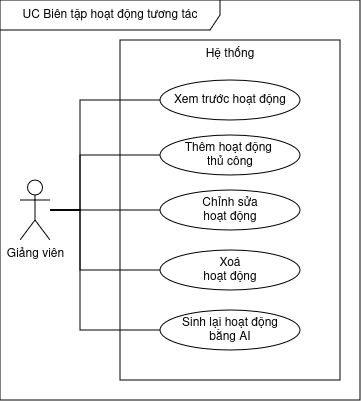
Earlier version of the draw.io export tex/main/Hinhve/usecasephanra/usecasephanra_bientaphoatdongtuongtac.png (tuyennguyentech/bachelor-thesis). Source tidied: cells renumbered, new cells last; positions are measured from the earlier drawing's top-left corner, leaving out a move shared by most shapes.
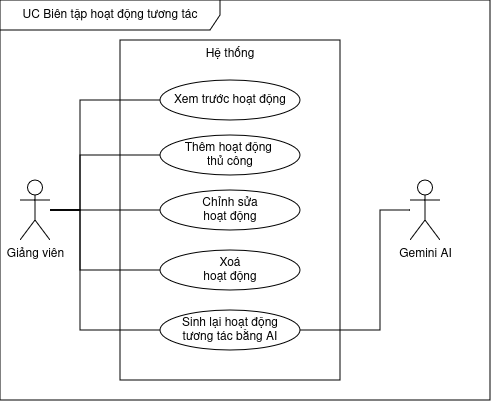
Above is the later version.

The edit, as a diff of the source:
```diff
@@ -3,7 +3,7 @@
     <mxCell id="0" />
     <mxCell id="1" parent="0" />
     <mxCell id="2" value="UC Biên tập hoạt động tương tác" style="shape=umlFrame;whiteSpace=wrap;html=1;width=220;height=30;" parent="1" vertex="1">
-      <mxGeometry width="360" height="400" as="geometry" />
+      <mxGeometry width="490" height="400" as="geometry" />
     </mxCell>
     <mxCell id="3" value="Hệ thống" style="rounded=0;whiteSpace=wrap;html=1;verticalAlign=top;" parent="2" vertex="1">
       <mxGeometry x="120" y="40" width="220" height="340" as="geometry" />
@@ -65,8 +65,19 @@
     <mxCell id="13" value="&lt;div&gt;Xoá&lt;/div&gt;&lt;div&gt;hoạt động&lt;/div&gt;" style="ellipse;whiteSpace=wrap;html=1;" parent="2" vertex="1">
       <mxGeometry x="160" y="250" width="140" height="40" as="geometry" />
     </mxCell>
-    <mxCell id="14" value="&lt;div&gt;Sinh lại hoạt động&lt;/div&gt;&lt;div&gt;bằng AI&lt;/div&gt;" style="ellipse;whiteSpace=wrap;html=1;" parent="2" vertex="1">
+    <mxCell id="14" value="&lt;div&gt;Sinh lại hoạt động&lt;/div&gt;&lt;div&gt;tương tác bằng AI&lt;/div&gt;" style="ellipse;whiteSpace=wrap;html=1;" parent="2" vertex="1">
       <mxGeometry x="160" y="310" width="140" height="40" as="geometry" />
     </mxCell>
+    <mxCell id="15" style="edgeStyle=orthogonalEdgeStyle;rounded=0;jettySize=auto;html=1;entryX=1;entryY=0.5;entryDx=0;entryDy=0;endArrow=none;endFill=0;" parent="2" edge="1" source="16" target="14">
+      <mxGeometry relative="1" as="geometry">
+        <Array as="points">
+          <mxPoint x="380" y="210" />
+          <mxPoint x="380" y="330" />
+        </Array>
+      </mxGeometry>
+    </mxCell>
+    <mxCell id="16" value="Gemini AI" style="shape=umlActor;verticalLabelPosition=bottom;verticalAlign=top;html=1;" parent="2" vertex="1">
+      <mxGeometry x="410" y="180" width="30" height="60" as="geometry" />
+    </mxCell>
   </root>
 </mxGraphModel>
```
